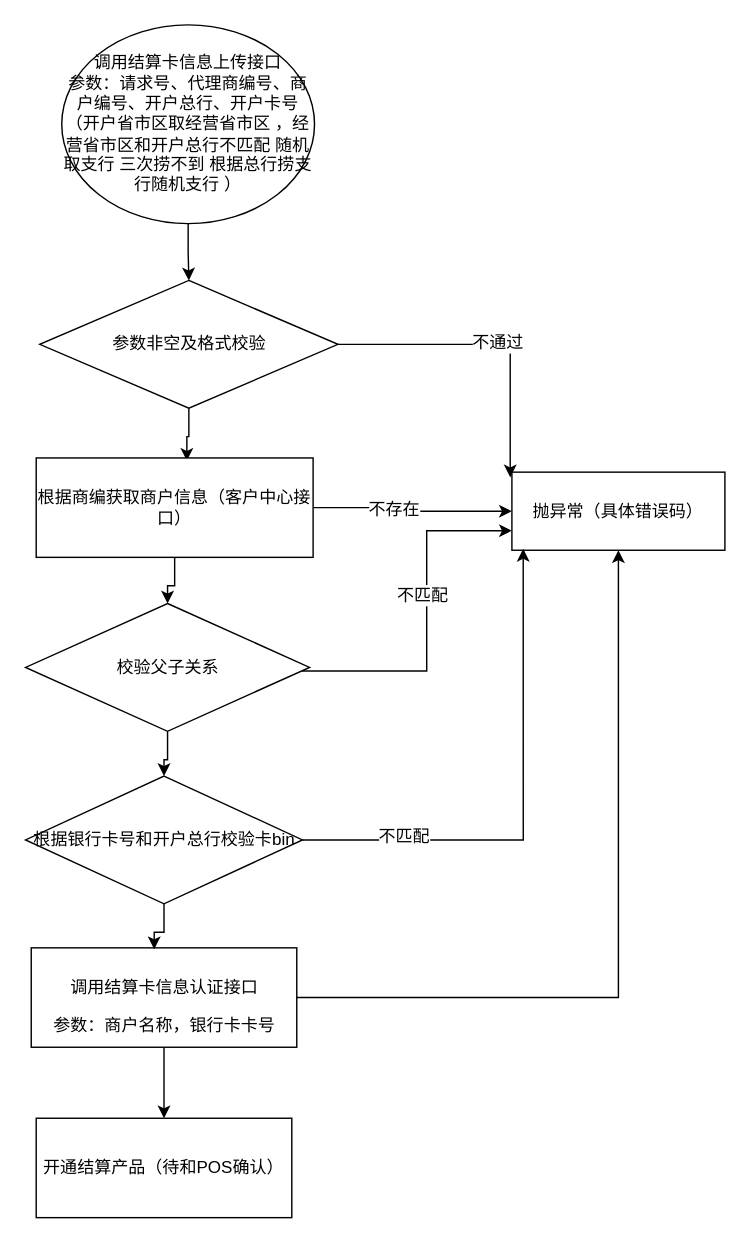
The draw.io diagram 提交结算卡信息开通结算.drawio in cp0802/drawioRep, before the edit. Source tidied: cells renumbered, new cells numbered last; positions are measured from the earlier drawing's top-left corner, leaving out a move shared by most shapes. Both pictures are drawn from the tidied source at 142%, with x=0, y=0 at pixel (26, 24).
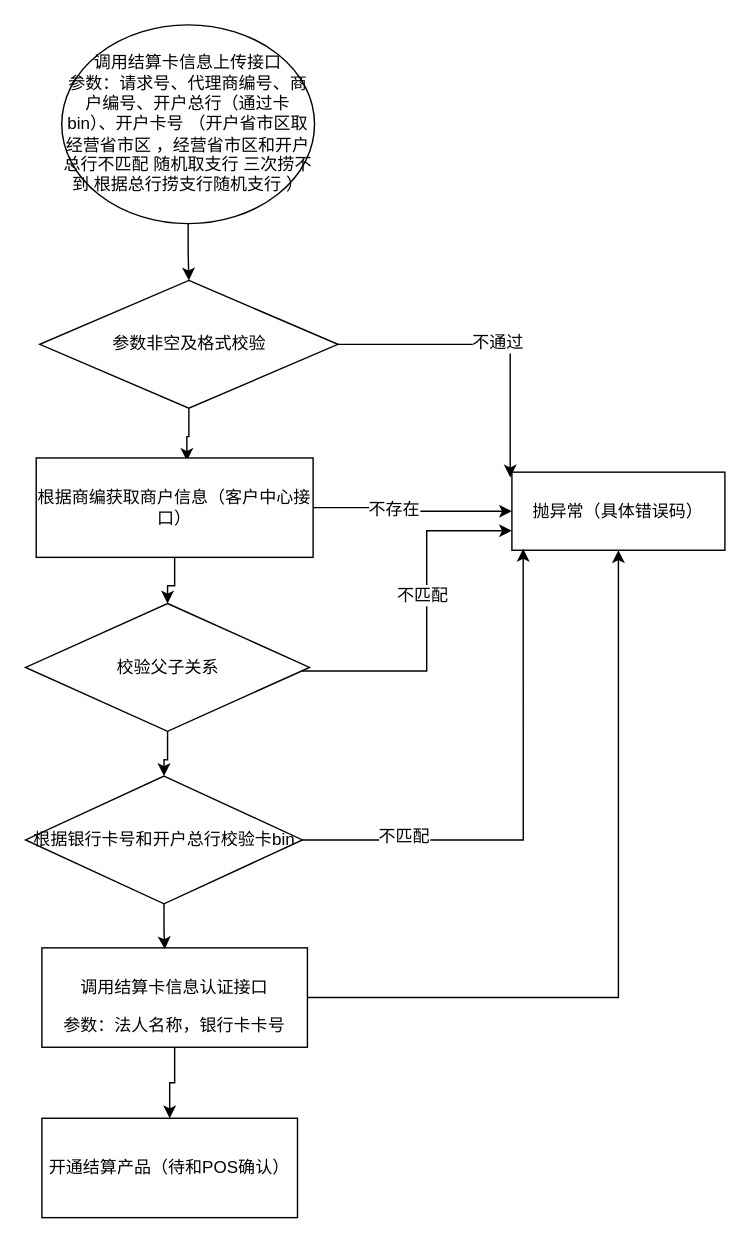
The same diagram, later.

Commit message:
Update 提交结算卡信息开通结算.drawio

Diff of the diagram source:
```diff
@@
-    <mxCell id="3" value="&lt;span&gt;调用结算卡信息上传接口&lt;br&gt;参数：&lt;/span&gt;&lt;span&gt;请求号、代理商编号、商户编号、开户总行、开户卡号 （开户省市区取经营省市区 ，经营省市区和开户总行不匹配 随机取支行 三次捞不到 根据总行捞支行随机支行 ）&lt;/span&gt;&lt;span&gt;&lt;br&gt;&lt;/span&gt;" style="ellipse;whiteSpace=wrap;html=1;" parent="1" vertex="1">
+    <mxCell id="3" value="&lt;span&gt;调用结算卡信息上传接口&lt;br&gt;参数：&lt;/span&gt;&lt;span&gt;请求号、代理商编号、商户编号、开户总行（通过卡bin）、开户卡号 （开户省市区取经营省市区 ，经营省市区和开户总行不匹配 随机取支行 三次捞不到 根据总行捞支行随机支行 ）&lt;/span&gt;&lt;span&gt;&lt;br&gt;&lt;/span&gt;" style="ellipse;whiteSpace=wrap;html=1;" parent="1" vertex="1">
       <mxGeometry x="25" width="178" height="140" as="geometry" />
     </mxCell>
@@
-    <mxCell id="19" value="&lt;div id=&quot;u346&quot;&gt;&lt;div id=&quot;u347&quot;&gt;&lt;p&gt;调用结算卡信息认证接口&lt;/p&gt;&lt;/div&gt;&lt;/div&gt;参数：商户名称，银行卡卡号&lt;br&gt;" style="rounded=0;whiteSpace=wrap;html=1;" parent="1" vertex="1">
-      <mxGeometry x="3.5" y="650" width="187" height="70" as="geometry" />
+    <mxCell id="19" value="&lt;div id=&quot;u346&quot;&gt;&lt;div id=&quot;u347&quot;&gt;&lt;p&gt;调用结算卡信息认证接口&lt;/p&gt;&lt;/div&gt;&lt;/div&gt;参数：法人名称，银行卡卡号&lt;br&gt;" style="rounded=0;whiteSpace=wrap;html=1;" parent="1" vertex="1">
+      <mxGeometry x="11" y="650" width="187" height="70" as="geometry" />
     </mxCell>
@@
     <mxCell id="24" value="开通结算产品（待和POS确认）" style="rounded=0;whiteSpace=wrap;html=1;" parent="1" vertex="1">
-      <mxGeometry x="7" y="770" width="180" height="70" as="geometry" />
+      <mxGeometry x="11" y="770" width="180" height="70" as="geometry" />
     </mxCell>
```
